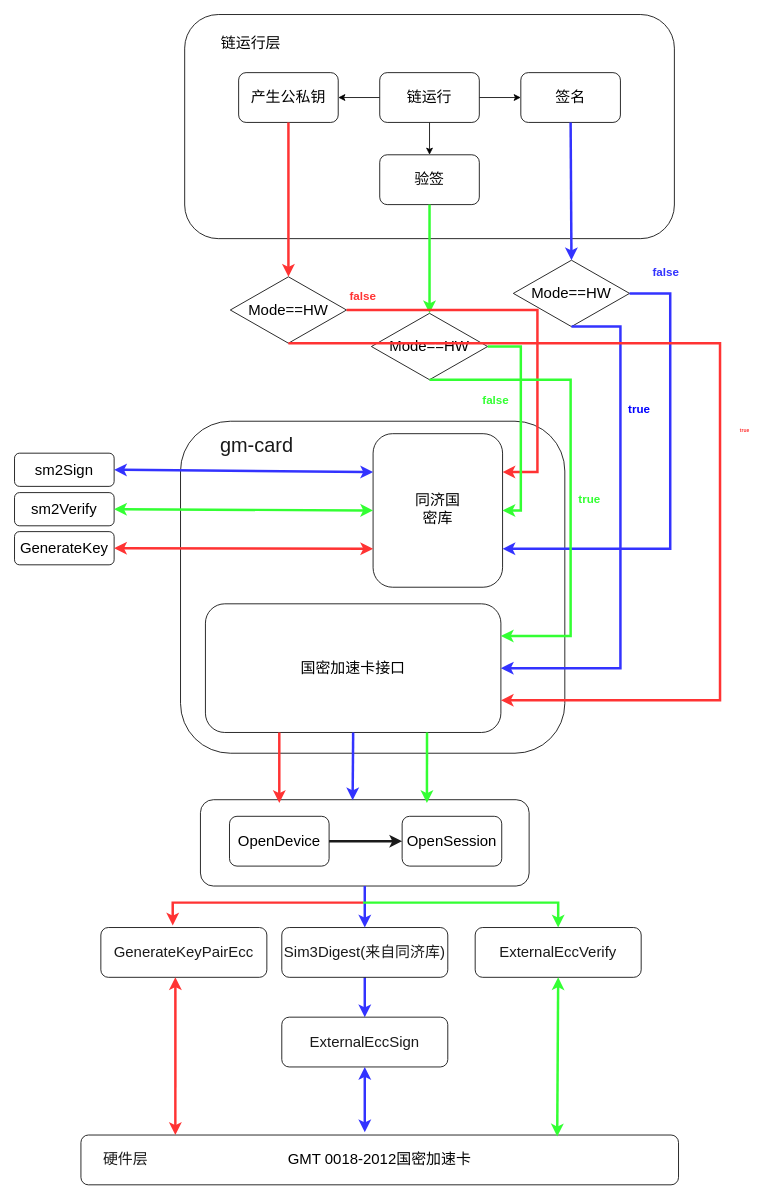
Earlier version of the draw.io diagram Untitled Diagram.drawio (YangXianqi/NLP_Chinese-entroy). Source tidied: cells renumbered, new cells numbered last; positions are measured from the earlier drawing's top-left corner, leaving out a move shared by most shapes. Both pictures are drawn from the tidied source at 83%, with x=0, y=0 at pixel (14, 14).
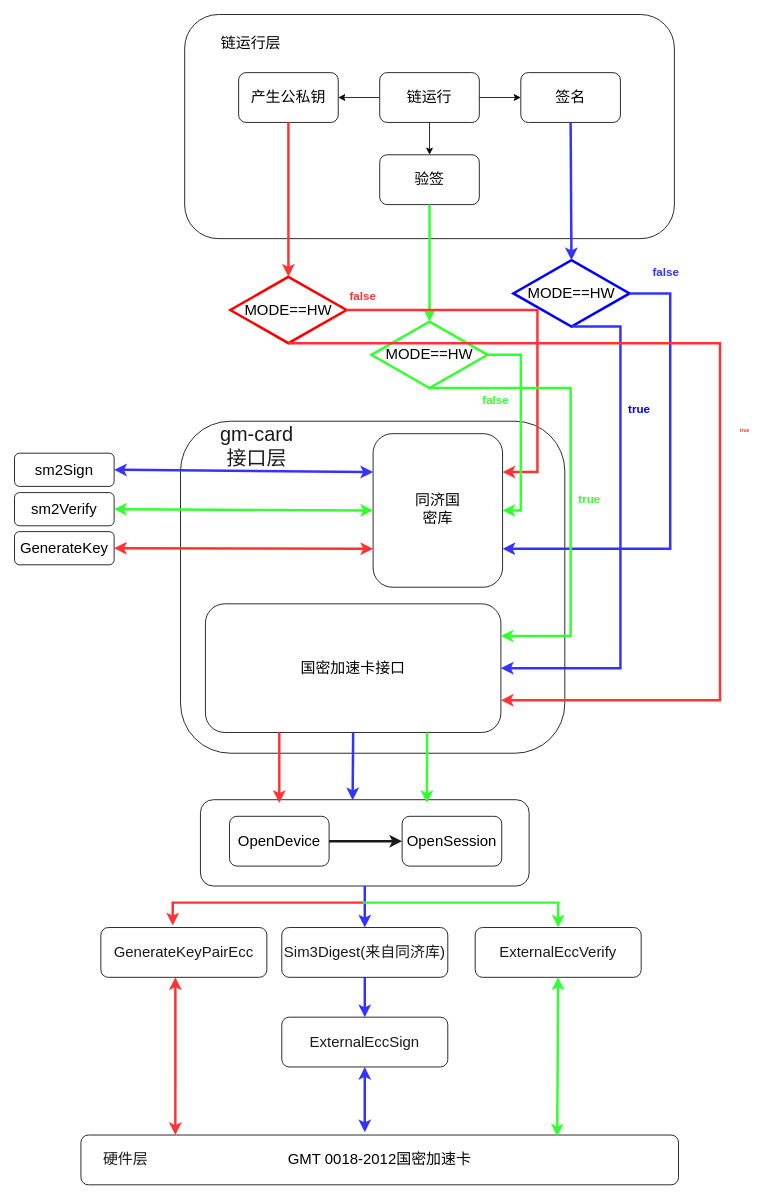
After the change.

The edit, as a diff of the source:
```diff
@@
-    <mxCell id="12" value="Mode==HW" style="rhombus;whiteSpace=wrap;html=1;fontSize=18;" parent="1" vertex="1">
-      <mxGeometry x="430" y="360" width="140" height="80" as="geometry" />
+    <mxCell id="12" value="MODE==HW" style="rhombus;whiteSpace=wrap;html=1;fontSize=18;strokeWidth=3;strokeColor=#33FF33;" parent="1" vertex="1">
+      <mxGeometry x="430" y="370" width="140" height="80" as="geometry" />
     </mxCell>
-    <mxCell id="13" value="Mode==HW" style="rhombus;whiteSpace=wrap;html=1;fontSize=18;" parent="1" vertex="1">
+    <mxCell id="13" value="MODE==HW" style="rhombus;whiteSpace=wrap;html=1;fontSize=18;strokeColor=#0000FF;strokeWidth=3;" parent="1" vertex="1">
       <mxGeometry x="601" y="296" width="140" height="80" as="geometry" />
     </mxCell>
-    <mxCell id="14" value="Mode==HW" style="rhombus;whiteSpace=wrap;html=1;fontSize=18;" parent="1" vertex="1">
+    <mxCell id="14" value="MODE==HW" style="rhombus;whiteSpace=wrap;html=1;fontSize=18;strokeColor=#FF0000;strokeWidth=3;" parent="1" vertex="1">
       <mxGeometry x="260" y="316" width="140" height="80" as="geometry" />
     </mxCell>
@@
-    <mxCell id="53" value="&lt;font style=&quot;font-size: 24px&quot;&gt;gm-card&lt;/font&gt;" style="text;html=1;strokeColor=none;fillColor=none;align=center;verticalAlign=middle;whiteSpace=wrap;rounded=0;fontSize=18;fontColor=#1A1A1A;" parent="1" vertex="1">
+    <mxCell id="53" value="&lt;font style=&quot;font-size: 24px&quot;&gt;gm-card接口层&lt;/font&gt;" style="text;html=1;strokeColor=none;fillColor=none;align=center;verticalAlign=middle;whiteSpace=wrap;rounded=0;fontSize=18;fontColor=#1A1A1A;" parent="1" vertex="1">
       <mxGeometry x="244" y="505" width="96" height="30" as="geometry" />
     </mxCell>
```
